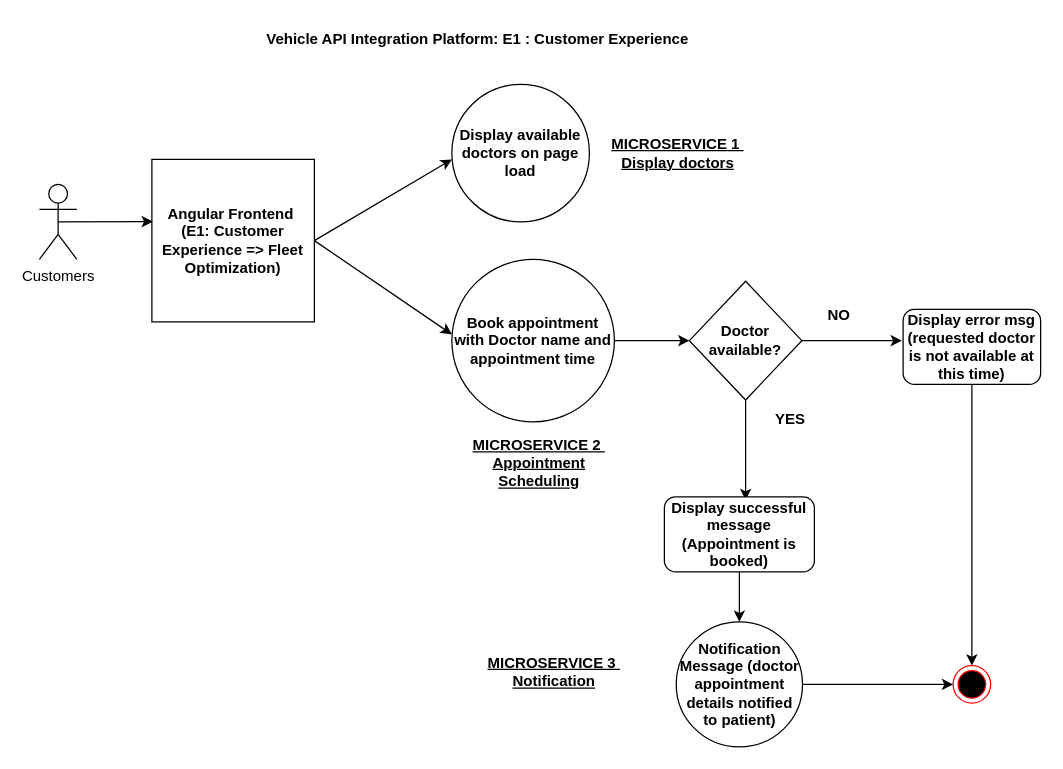
Earlier version of the draw.io diagram Design Workflows.drawio (atheeswaran/Dissertation_VehicleAPIPlatform). Source tidied: cells renumbered, new cells numbered last; positions are measured from the earlier drawing's top-left corner, leaving out a move shared by most shapes. Both pictures are drawn from the tidied source at 125%, with x=0, y=0 at pixel (39, 21).
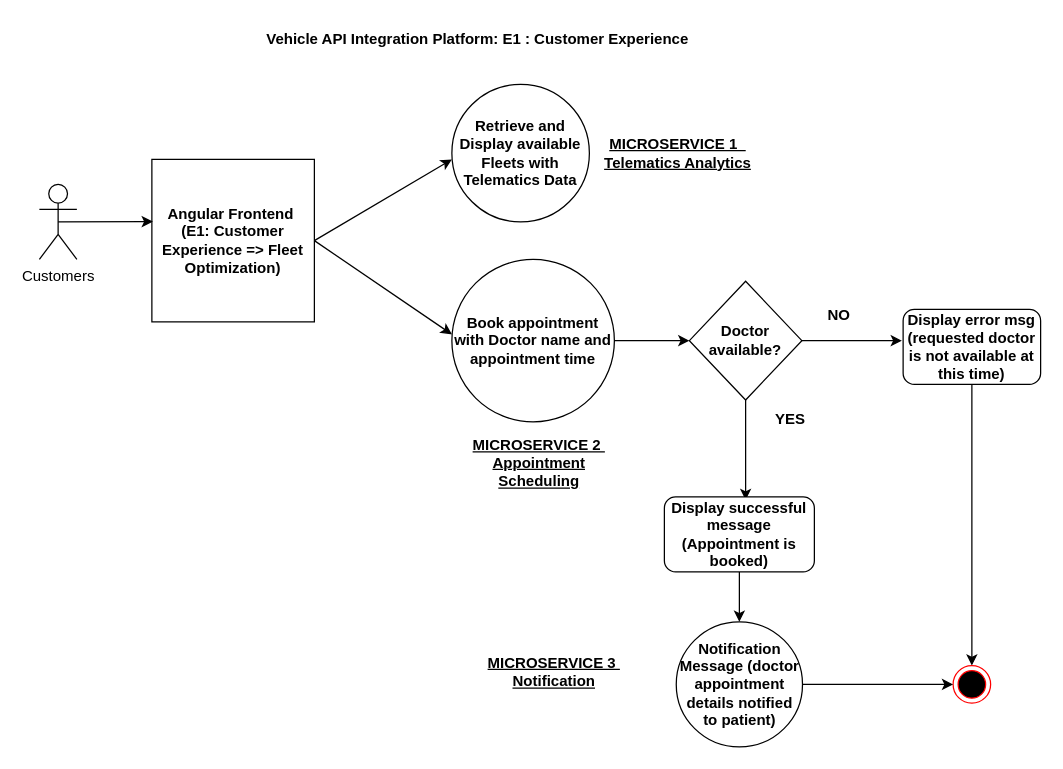
Above is the later version.

What changed in the source:
```diff
@@
-    <mxCell id="6" value="&lt;b&gt;Display available doctors on page load&lt;/b&gt;" style="ellipse;whiteSpace=wrap;html=1;" parent="1" vertex="1">
+    <mxCell id="6" value="&lt;b&gt;Retrieve and Display available Fleets with Telematics Data&lt;/b&gt;" style="ellipse;whiteSpace=wrap;html=1;" parent="1" vertex="1">
       <mxGeometry x="330" y="50" width="110" height="110" as="geometry" />
     </mxCell>
@@
-    <mxCell id="22" value="&lt;b&gt;&lt;u&gt;MICROSERVICE 1&amp;nbsp; Display doctors&lt;/u&gt;&lt;/b&gt;" style="text;html=1;strokeColor=none;fillColor=none;align=center;verticalAlign=middle;whiteSpace=wrap;rounded=0;" parent="1" vertex="1">
+    <mxCell id="22" value="&lt;b&gt;&lt;u&gt;MICROSERVICE 1&amp;nbsp;&amp;nbsp;&lt;/u&gt;&lt;/b&gt;&lt;div&gt;&lt;b&gt;&lt;u&gt;Telematics Analytics&lt;/u&gt;&lt;/b&gt;&lt;/div&gt;" style="text;html=1;strokeColor=none;fillColor=none;align=center;verticalAlign=middle;whiteSpace=wrap;rounded=0;" parent="1" vertex="1">
       <mxGeometry x="449.5" y="85" width="121.5" height="40" as="geometry" />
     </mxCell>
```
